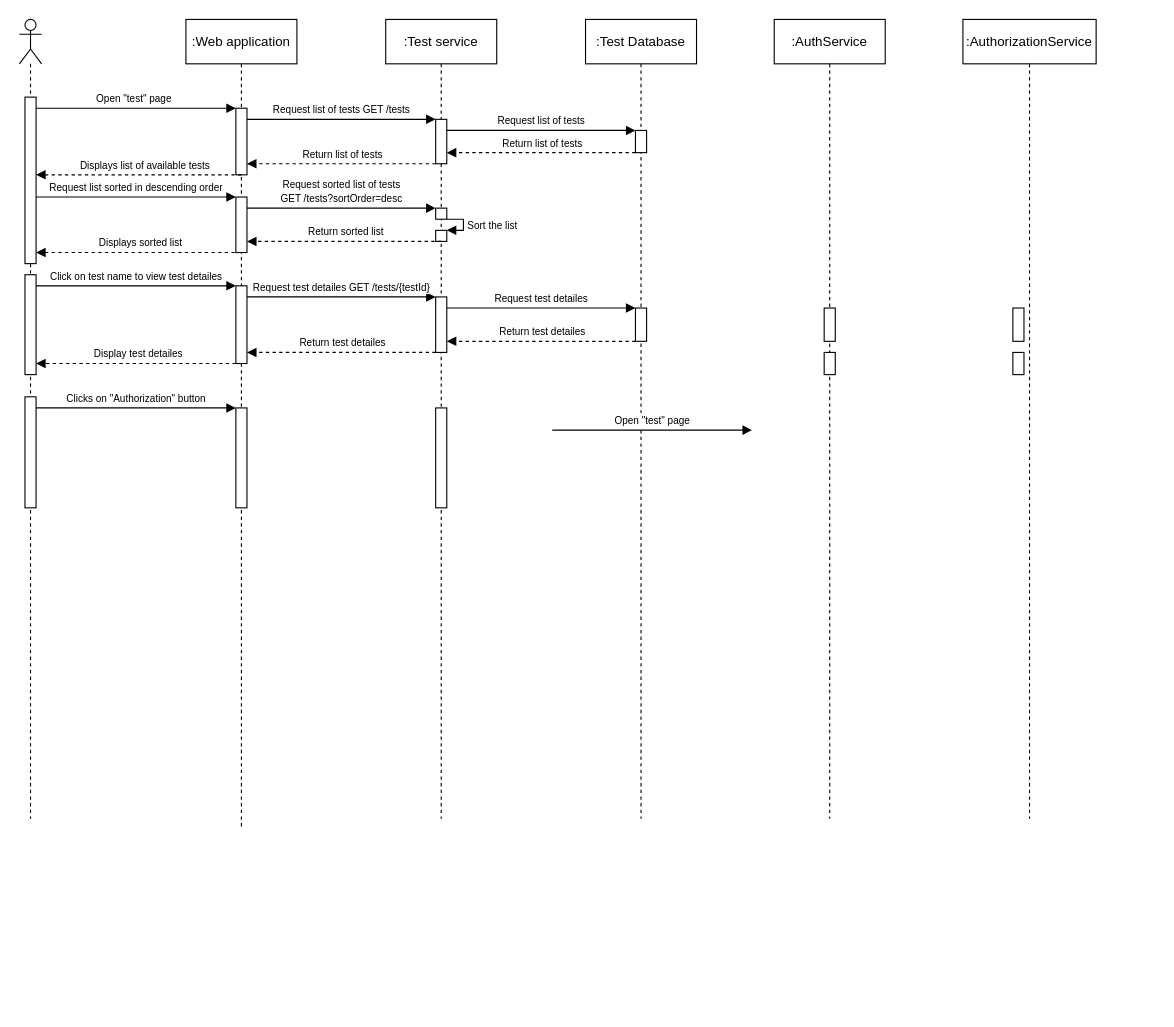
Earlier version of the draw.io diagram 6 task.drawio (marymakayeva/Practise_project). Source tidied: cells renumbered, new cells numbered last; positions are measured from the earlier drawing's top-left corner, leaving out a move shared by most shapes. Both pictures are drawn from the tidied source at 111%, with x=0, y=0 at pixel (19, 19).
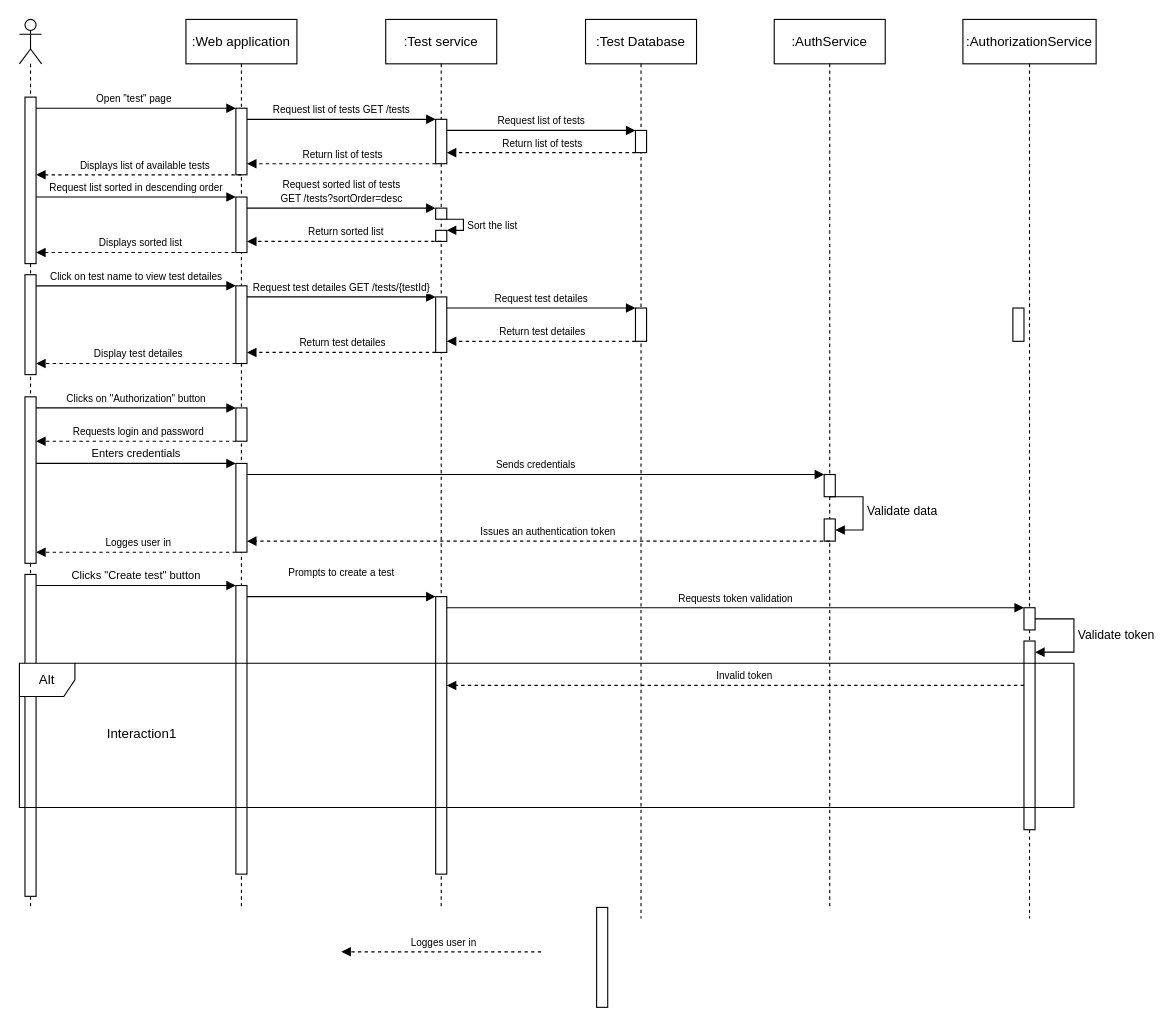
The same diagram, later.

Diff of the diagram source:
```diff
@@
     <mxCell id="2" value=":Web application" style="shape=umlLifeline;perimeter=lifelinePerimeter;whiteSpace=wrap;html=1;newEdgeStyle={&quot;edgeStyle&quot;:&quot;elbowEdgeStyle&quot;,&quot;elbow&quot;:&quot;vertical&quot;,&quot;curved&quot;:0,&quot;rounded&quot;:0};" parent="1" vertex="1">
-      <mxGeometry x="150" width="100" height="730" as="geometry" />
+      <mxGeometry x="150" width="100" height="800" as="geometry" />
     </mxCell>
@@
     <mxCell id="5" style="html=1;points=[];perimeter=orthogonalPerimeter;outlineConnect=0;targetShapes=umlLifeline;portConstraint=eastwest;newEdgeStyle={&quot;edgeStyle&quot;:&quot;elbowEdgeStyle&quot;,&quot;elbow&quot;:&quot;vertical&quot;,&quot;curved&quot;:0,&quot;rounded&quot;:0};" parent="2" vertex="1">
-      <mxGeometry x="45" y="350" width="10" height="90" as="geometry" />
+      <mxGeometry x="45" y="350" width="10" height="30" as="geometry" />
     </mxCell>
@@
+    <mxCell id="48" style="html=1;points=[];perimeter=orthogonalPerimeter;outlineConnect=0;targetShapes=umlLifeline;portConstraint=eastwest;newEdgeStyle={&quot;edgeStyle&quot;:&quot;elbowEdgeStyle&quot;,&quot;elbow&quot;:&quot;vertical&quot;,&quot;curved&quot;:0,&quot;rounded&quot;:0};" parent="2" vertex="1">
+      <mxGeometry x="45" y="400" width="10" height="80" as="geometry" />
+    </mxCell>
+    <mxCell id="53" style="html=1;points=[];perimeter=orthogonalPerimeter;outlineConnect=0;targetShapes=umlLifeline;portConstraint=eastwest;newEdgeStyle={&quot;edgeStyle&quot;:&quot;elbowEdgeStyle&quot;,&quot;elbow&quot;:&quot;vertical&quot;,&quot;curved&quot;:0,&quot;rounded&quot;:0};" parent="2" vertex="1">
+      <mxGeometry x="45" y="510" width="10" height="260" as="geometry" />
+    </mxCell>
@@
     <mxCell id="8" value=":Test Database" style="shape=umlLifeline;perimeter=lifelinePerimeter;whiteSpace=wrap;html=1;newEdgeStyle={&quot;edgeStyle&quot;:&quot;elbowEdgeStyle&quot;,&quot;elbow&quot;:&quot;vertical&quot;,&quot;curved&quot;:0,&quot;rounded&quot;:0};" parent="1" vertex="1">
-      <mxGeometry x="510" width="100" height="720" as="geometry" />
+      <mxGeometry x="510" width="100" height="810" as="geometry" />
     </mxCell>
@@
     <mxCell id="11" value=":Test service" style="shape=umlLifeline;perimeter=lifelinePerimeter;whiteSpace=wrap;html=1;newEdgeStyle={&quot;edgeStyle&quot;:&quot;elbowEdgeStyle&quot;,&quot;elbow&quot;:&quot;vertical&quot;,&quot;curved&quot;:0,&quot;rounded&quot;:0};" parent="1" vertex="1">
-      <mxGeometry x="330" width="100" height="720" as="geometry" />
+      <mxGeometry x="330" width="100" height="800" as="geometry" />
     </mxCell>
@@
-    <mxCell id="14" style="html=1;points=[];perimeter=orthogonalPerimeter;outlineConnect=0;targetShapes=umlLifeline;portConstraint=eastwest;newEdgeStyle={&quot;edgeStyle&quot;:&quot;elbowEdgeStyle&quot;,&quot;elbow&quot;:&quot;vertical&quot;,&quot;curved&quot;:0,&quot;rounded&quot;:0};" parent="11" vertex="1">
-      <mxGeometry x="45" y="350" width="10" height="90" as="geometry" />
-    </mxCell>
@@
+    <mxCell id="54" style="html=1;points=[];perimeter=orthogonalPerimeter;outlineConnect=0;targetShapes=umlLifeline;portConstraint=eastwest;newEdgeStyle={&quot;edgeStyle&quot;:&quot;elbowEdgeStyle&quot;,&quot;elbow&quot;:&quot;vertical&quot;,&quot;curved&quot;:0,&quot;rounded&quot;:0};" parent="11" vertex="1">
+      <mxGeometry x="45" y="520" width="10" height="250" as="geometry" />
+    </mxCell>
     <mxCell id="18" style="shape=umlLifeline;perimeter=lifelinePerimeter;whiteSpace=wrap;html=1;outlineConnect=0;portConstraint=eastwest;newEdgeStyle={&quot;curved&quot;:0,&quot;rounded&quot;:0};participant=umlActor;" parent="1" vertex="1">
-      <mxGeometry width="20" height="720" as="geometry" />
+      <mxGeometry width="20" height="800" as="geometry" />
     </mxCell>
@@
     <mxCell id="21" style="html=1;points=[];perimeter=orthogonalPerimeter;outlineConnect=0;targetShapes=umlLifeline;portConstraint=eastwest;newEdgeStyle={&quot;edgeStyle&quot;:&quot;elbowEdgeStyle&quot;,&quot;elbow&quot;:&quot;vertical&quot;,&quot;curved&quot;:0,&quot;rounded&quot;:0};" parent="18" vertex="1">
-      <mxGeometry x="5" y="340" width="10" height="100" as="geometry" />
+      <mxGeometry x="5" y="340" width="10" height="150" as="geometry" />
     </mxCell>
+    <mxCell id="14" style="html=1;points=[];perimeter=orthogonalPerimeter;outlineConnect=0;targetShapes=umlLifeline;portConstraint=eastwest;newEdgeStyle={&quot;edgeStyle&quot;:&quot;elbowEdgeStyle&quot;,&quot;elbow&quot;:&quot;vertical&quot;,&quot;curved&quot;:0,&quot;rounded&quot;:0};" parent="18" vertex="1">
+      <mxGeometry x="5" y="500" width="10" height="290" as="geometry" />
+    </mxCell>
@@
-    <mxCell id="43" value="&lt;font style=&quot;font-size: 9px;&quot;&gt;Open &quot;test&quot; page&lt;/font&gt;" style="html=1;verticalAlign=bottom;endArrow=block;edgeStyle=elbowEdgeStyle;elbow=vertical;curved=0;rounded=0;" parent="1" edge="1">
+    <mxCell id="43" value="&lt;font style=&quot;font-size: 9px;&quot;&gt;Sends credentials&lt;/font&gt;" style="html=1;verticalAlign=bottom;endArrow=block;edgeStyle=elbowEdgeStyle;elbow=vertical;curved=0;rounded=0;" parent="1" edge="1" target="49">
       <mxGeometry relative="1" as="geometry">
-        <mxPoint x="480" y="370" as="sourcePoint" />
-        <mxPoint x="660" y="370" as="targetPoint" />
+        <mxPoint x="205" y="410" as="sourcePoint" />
         <Array as="points">
-          <mxPoint x="585" y="370" />
+          <mxPoint x="375" y="410" />
         </Array>
       </mxGeometry>
     </mxCell>
@@
     <mxCell id="47" value=":AuthService&lt;span style=&quot;color: rgba(0, 0, 0, 0); font-family: monospace; font-size: 0px; text-align: start; text-wrap-mode: nowrap;&quot;&gt;3CmxGraphModel%3E%3Croot%3E%3CmxCell%20id%3D%220%22%2F%3E%3CmxCell%20id%3D%221%22%20parent%3D%220%22%2F%3E%3CmxCell%20id%3D%222%22%20value%3D%22%3ATest%20Database%22%20style%3D%22shape%3DumlLifeline%3Bperimeter%3DlifelinePerimeter%3BwhiteSpace%3Dwrap%3Bhtml%3D1%3Bcontainer%3D0%3BdropTarget%3D0%3Bcollapsible%3D0%3BrecursiveResize%3D0%3BoutlineConnect%3D0%3BportConstraint%3Deastwest%3BnewEdgeStyle%3D%7B%26quot%3BedgeStyle%26quot%3B%3A%26quot%3BelbowEdgeStyle%26quot%3B%2C%26quot%3Belbow%26quot%3B%3A%26quot%3Bvertical%26quot%3B%2C%26quot%3Bcurved%26quot%3B%3A0%2C%26quot%3Brounded%26quot%3B%3A0%7D%3B%22%20vertex%3D%221%22%20parent%3D%221%22%3E%3CmxGeometry%20x%3D%22580%22%20y%3D%2240%22%20width%3D%22100%22%20height%3D%22720%22%20as%3D%22geometry%22%2F%3E%3C%2FmxCell%3E%3CmxCell%20id%3D%223%22%20value%3D%22%22%20style%3D%22html%3D1%3Bpoints%3D%5B%5D%3Bperimeter%3DorthogonalPerimeter%3BoutlineConnect%3D0%3BtargetShapes%3DumlLifeline%3BportConstraint%3Deastwest%3BnewEdgeStyle%3D%7B%26quot%3BedgeStyle%26quot%3B%3A%26quot%3BelbowEdgeStyle%26quot%3B%2C%26quot%3Belbow%26quot%3B%3A%26quot%3Bvertical%26quot%3B%2C%26quot%3Bcurved%26quot%3B%3A0%2C%26quot%3Brounded%26quot%3B%3A0%7D%3B%22%20vertex%3D%221%22%20parent%3D%222%22%3E%3CmxGeometry%20x%3D%2245%22%20y%3D%22100%22%20width%3D%2210%22%20height%3D%2220%22%20as%3D%22geometry%22%2F%3E%3C%2FmxCell%3E%3CmxCell%20id%3D%224%22%20value%3D%22%22%20style%3D%22html%3D1%3Bpoints%3D%5B%5D%3Bperimeter%3DorthogonalPerimeter%3BoutlineConnect%3D0%3BtargetShapes%3DumlLifeline%3BportConstraint%3Deastwest%3BnewEdgeStyle%3D%7B%26quot%3BedgeStyle%26quot%3B%3A%26quot%3BelbowEdgeStyle%26quot%3B%2C%26quot%3Belbow%26quot%3B%3A%26quot%3Bvertical%26quot%3B%2C%26quot%3Bcurved%26quot%3B%3A0%2C%26quot%3Brounded%26quot%3B%3A0%7D%3B%22%20vertex%3D%221%22%20parent%3D%222%22%3E%3CmxGeometry%20x%3D%2245%22%20y%3D%22260%22%20width%3D%2210%22%20height%3D%2230%22%20as%3D%22geometry%22%2F%3E%3C%2FmxCell%3E%3C%2Froot%3E%3C%2FmxGraphModel%3E&lt;/span&gt;" style="shape=umlLifeline;perimeter=lifelinePerimeter;whiteSpace=wrap;html=1;newEdgeStyle={&quot;edgeStyle&quot;:&quot;elbowEdgeStyle&quot;,&quot;elbow&quot;:&quot;vertical&quot;,&quot;curved&quot;:0,&quot;rounded&quot;:0};" parent="1" vertex="1">
-      <mxGeometry x="680" width="100" height="720" as="geometry" />
+      <mxGeometry x="680" width="100" height="800" as="geometry" />
     </mxCell>
-    <mxCell id="48" style="html=1;points=[];perimeter=orthogonalPerimeter;outlineConnect=0;targetShapes=umlLifeline;portConstraint=eastwest;newEdgeStyle={&quot;edgeStyle&quot;:&quot;elbowEdgeStyle&quot;,&quot;elbow&quot;:&quot;vertical&quot;,&quot;curved&quot;:0,&quot;rounded&quot;:0};" parent="47" vertex="1">
-      <mxGeometry x="45" y="300" width="10" height="20" as="geometry" />
-    </mxCell>
     <mxCell id="49" style="html=1;points=[];perimeter=orthogonalPerimeter;outlineConnect=0;targetShapes=umlLifeline;portConstraint=eastwest;newEdgeStyle={&quot;edgeStyle&quot;:&quot;elbowEdgeStyle&quot;,&quot;elbow&quot;:&quot;vertical&quot;,&quot;curved&quot;:0,&quot;rounded&quot;:0};" parent="47" vertex="1">
-      <mxGeometry x="45" y="260" width="10" height="30" as="geometry" />
+      <mxGeometry x="45" y="410" width="10" height="20" as="geometry" />
     </mxCell>
+    <mxCell id="55" style="html=1;points=[[0,0,0,0,5],[0,1,0,0,-5],[1,0,0,0,5],[1,1,0,0,-5]];perimeter=orthogonalPerimeter;outlineConnect=0;targetShapes=umlLifeline;portConstraint=eastwest;newEdgeStyle={&quot;curved&quot;:0,&quot;rounded&quot;:0};" parent="47" vertex="1">
+      <mxGeometry x="45" y="450" width="10" height="20" as="geometry" />
+    </mxCell>
+    <mxCell id="56" value="Validate data" style="html=1;align=left;spacingLeft=2;endArrow=block;rounded=0;edgeStyle=orthogonalEdgeStyle;curved=0;rounded=0;" parent="47" edge="1" target="55">
+      <mxGeometry relative="1" as="geometry">
+        <mxPoint x="50" y="430" as="sourcePoint" />
+        <Array as="points">
+          <mxPoint x="80" y="460" />
+        </Array>
+      </mxGeometry>
+    </mxCell>
     <mxCell id="50" value=":AuthorizationService" style="shape=umlLifeline;perimeter=lifelinePerimeter;whiteSpace=wrap;html=1;newEdgeStyle={&quot;edgeStyle&quot;:&quot;elbowEdgeStyle&quot;,&quot;elbow&quot;:&quot;vertical&quot;,&quot;curved&quot;:0,&quot;rounded&quot;:0};" parent="1" vertex="1">
-      <mxGeometry x="850" width="120" height="720" as="geometry" />
+      <mxGeometry x="850" width="120" height="810" as="geometry" />
     </mxCell>
-    <mxCell id="51" style="html=1;perimeter=orthogonalPerimeter;targetShapes=umlLifeline;newEdgeStyle={&quot;edgeStyle&quot;:&quot;elbowEdgeStyle&quot;,&quot;elbow&quot;:&quot;vertical&quot;,&quot;curved&quot;:0,&quot;rounded&quot;:0};" parent="50" vertex="1">
-      <mxGeometry x="45" y="300" width="10" height="20" as="geometry" />
-    </mxCell>
@@
+    <mxCell id="57" style="html=1;points=[];perimeter=orthogonalPerimeter;outlineConnect=0;targetShapes=umlLifeline;portConstraint=eastwest;newEdgeStyle={&quot;edgeStyle&quot;:&quot;elbowEdgeStyle&quot;,&quot;elbow&quot;:&quot;vertical&quot;,&quot;curved&quot;:0,&quot;rounded&quot;:0};" parent="50" vertex="1">
+      <mxGeometry x="55" y="530" width="10" height="20" as="geometry" />
+    </mxCell>
+    <mxCell id="58" style="html=1;points=[[0,0,0,0,5],[0,1,0,0,-5],[1,0,0,0,5],[1,1,0,0,-5]];perimeter=orthogonalPerimeter;outlineConnect=0;targetShapes=umlLifeline;portConstraint=eastwest;newEdgeStyle={&quot;curved&quot;:0,&quot;rounded&quot;:0};" parent="50" vertex="1">
+      <mxGeometry x="55" y="560" width="10" height="170" as="geometry" />
+    </mxCell>
+    <mxCell id="59" value="Validate token" style="html=1;align=left;spacingLeft=2;endArrow=block;rounded=0;edgeStyle=orthogonalEdgeStyle;curved=0;rounded=0;" parent="50" edge="1" source="57" target="58">
+      <mxGeometry relative="1" as="geometry">
+        <Array as="points">
+          <mxPoint x="100" y="540" />
+          <mxPoint x="100" y="570" />
+        </Array>
+      </mxGeometry>
+    </mxCell>
+    <mxCell id="60" style="html=1;verticalAlign=bottom;labelBackgroundColor=none;endArrow=block;endFill=1;dashed=1;rounded=0;" parent="1" edge="1">
+      <mxGeometry relative="1" as="geometry">
+        <mxPoint x="195" y="380" as="sourcePoint" />
+        <mxPoint x="15" y="380" as="targetPoint" />
+      </mxGeometry>
+    </mxCell>
+    <mxCell id="61" value="&lt;font style=&quot;font-size: 9px;&quot;&gt;Requests login and password&lt;/font&gt;" style="edgeLabel;html=1;align=center;verticalAlign=middle;" parent="60" vertex="1">
+      <mxGeometry x="-0.04" y="-3" relative="1" as="geometry">
+        <mxPoint x="-3" y="-7" as="offset" />
+      </mxGeometry>
+    </mxCell>
+    <mxCell id="62" value="&lt;font size=&quot;1&quot;&gt;Enters credentials&lt;/font&gt;" style="html=1;verticalAlign=bottom;endArrow=block;edgeStyle=elbowEdgeStyle;elbow=vertical;curved=0;rounded=0;" parent="1" edge="1" source="21" target="48">
+      <mxGeometry relative="1" as="geometry">
+        <Array as="points">
+          <mxPoint x="130" y="400" />
+        </Array>
+      </mxGeometry>
+    </mxCell>
+    <mxCell id="63" style="html=1;verticalAlign=bottom;labelBackgroundColor=none;endArrow=block;endFill=1;dashed=1;rounded=0;" parent="1" edge="1" target="48">
+      <mxGeometry relative="1" as="geometry">
+        <mxPoint x="730" y="470" as="sourcePoint" />
+      </mxGeometry>
+    </mxCell>
+    <mxCell id="64" value="&lt;font style=&quot;font-size: 9px;&quot;&gt;Issues an authentication token&lt;/font&gt;" style="edgeLabel;html=1;align=center;verticalAlign=middle;" parent="63" vertex="1">
+      <mxGeometry x="-0.04" y="-3" relative="1" as="geometry">
+        <mxPoint x="-3" y="-7" as="offset" />
+      </mxGeometry>
+    </mxCell>
+    <mxCell id="65" style="html=1;verticalAlign=bottom;labelBackgroundColor=none;endArrow=block;endFill=1;dashed=1;rounded=0;" parent="1" edge="1">
+      <mxGeometry relative="1" as="geometry">
+        <mxPoint x="195" y="480" as="sourcePoint" />
+        <mxPoint x="15" y="480" as="targetPoint" />
+      </mxGeometry>
+    </mxCell>
+    <mxCell id="66" value="&lt;font style=&quot;font-size: 9px;&quot;&gt;Logges user in&lt;/font&gt;" style="edgeLabel;html=1;align=center;verticalAlign=middle;" parent="65" vertex="1">
+      <mxGeometry x="-0.04" y="-3" relative="1" as="geometry">
+        <mxPoint x="-3" y="-7" as="offset" />
+      </mxGeometry>
+    </mxCell>
+    <mxCell id="67" value="&lt;font size=&quot;1&quot;&gt;Clicks &quot;Create test&quot; button&lt;/font&gt;" style="html=1;verticalAlign=bottom;endArrow=block;edgeStyle=elbowEdgeStyle;elbow=vertical;curved=0;rounded=0;" parent="1" edge="1" source="14" target="53">
+      <mxGeometry relative="1" as="geometry">
+        <Array as="points">
+          <mxPoint x="135" y="510" />
+        </Array>
+      </mxGeometry>
+    </mxCell>
+    <mxCell id="68" value="&lt;font style=&quot;font-size: 9px;&quot;&gt;Prompts to create a test&lt;/font&gt;&lt;div&gt;&lt;br&gt;&lt;/div&gt;" style="html=1;verticalAlign=bottom;endArrow=block;edgeStyle=elbowEdgeStyle;elbow=horizontal;curved=0;rounded=0;" parent="1" edge="1" source="53" target="54">
+      <mxGeometry relative="1" as="geometry">
+        <Array as="points">
+          <mxPoint x="325" y="520" />
+        </Array>
+      </mxGeometry>
+    </mxCell>
+    <mxCell id="69" value="&lt;font style=&quot;font-size: 9px;&quot;&gt;Requests token validation&lt;/font&gt;" style="html=1;verticalAlign=bottom;endArrow=block;curved=0;rounded=0;" parent="1" edge="1">
+      <mxGeometry relative="1" as="geometry">
+        <mxPoint x="385" y="530" as="sourcePoint" />
+        <mxPoint x="905" y="530" as="targetPoint" />
+      </mxGeometry>
+    </mxCell>
+    <mxCell id="70" style="html=1;verticalAlign=bottom;labelBackgroundColor=none;endArrow=block;endFill=1;dashed=1;rounded=0;" parent="1" edge="1">
+      <mxGeometry relative="1" as="geometry">
+        <mxPoint x="470" y="840" as="sourcePoint" />
+        <mxPoint x="290" y="840" as="targetPoint" />
+      </mxGeometry>
+    </mxCell>
+    <mxCell id="71" value="&lt;font style=&quot;font-size: 9px;&quot;&gt;Logges user in&lt;/font&gt;" style="edgeLabel;html=1;align=center;verticalAlign=middle;" parent="70" vertex="1">
+      <mxGeometry x="-0.04" y="-3" relative="1" as="geometry">
+        <mxPoint x="-3" y="-7" as="offset" />
+      </mxGeometry>
+    </mxCell>
+    <mxCell id="72" style="html=1;perimeter=orthogonalPerimeter;targetShapes=umlLifeline;newEdgeStyle={&quot;edgeStyle&quot;:&quot;elbowEdgeStyle&quot;,&quot;elbow&quot;:&quot;vertical&quot;,&quot;curved&quot;:0,&quot;rounded&quot;:0};" parent="1" vertex="1">
+      <mxGeometry x="520" y="800" width="10" height="90" as="geometry" />
+    </mxCell>
+    <mxCell id="73" value="Alt" style="shape=umlFrame;whiteSpace=wrap;html=1;width=50;" parent="1" vertex="1">
+      <mxGeometry y="580" width="950" height="130" as="geometry" />
+    </mxCell>
+    <mxCell id="74" value="Interaction1" style="text;align=center;html=1;" parent="73" vertex="1">
+      <mxGeometry width="100" height="20" relative="1" as="geometry">
+        <mxPoint x="60" y="50" as="offset" />
+      </mxGeometry>
+    </mxCell>
+    <mxCell id="75" style="html=1;verticalAlign=bottom;labelBackgroundColor=none;endArrow=block;endFill=1;dashed=1;rounded=0;" parent="73" edge="1" target="54">
+      <mxGeometry relative="1" as="geometry">
+        <mxPoint x="905" y="20" as="sourcePoint" />
+      </mxGeometry>
+    </mxCell>
+    <mxCell id="76" value="&lt;font style=&quot;font-size: 9px;&quot;&gt;Invalid token&lt;/font&gt;" style="edgeLabel;html=1;align=center;verticalAlign=middle;" parent="75" vertex="1">
+      <mxGeometry x="-0.04" y="-3" relative="1" as="geometry">
+        <mxPoint x="-3" y="-7" as="offset" />
+      </mxGeometry>
+    </mxCell>
```
